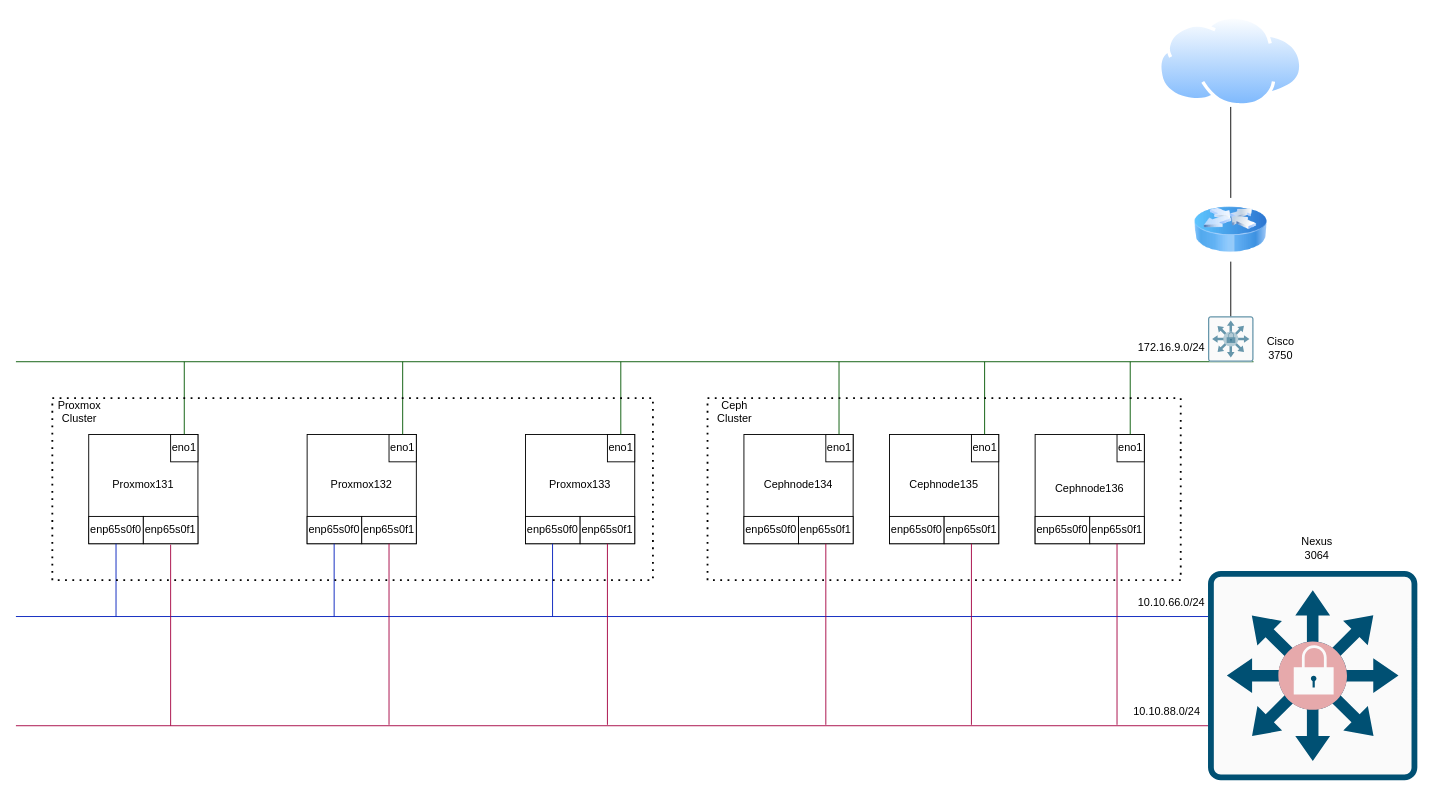
tudv1989/THUCTAPNHANHOA2025-HATANG keeps this draw.io diagram as Triển khai thực tế/5.Proxmox-Ceph-Nexus3064 -LAB lần 4/Proxmox-Ceph-Nexus3064.drawio. Above is the earlier version. Source tidied: cells renumbered, new cells numbered last; positions are measured from the earlier drawing's top-left corner, leaving out a move shared by most shapes. Both pictures are drawn from the tidied source at 91%, with x=0, y=0 at pixel (15, 15).
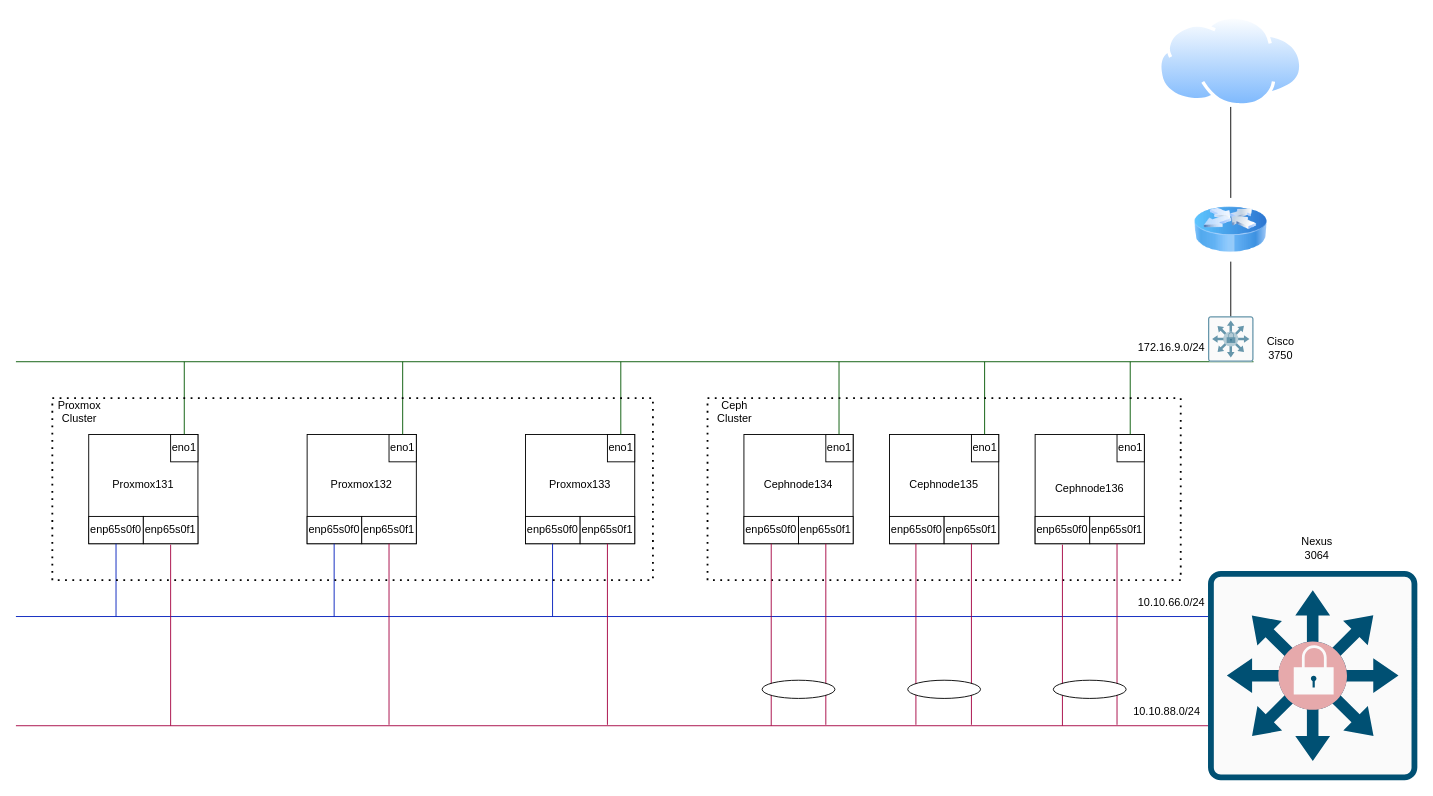
After the change.

Unchanged cells that the change refers to:
```xml
<mxCell id="32" value="enp65s0f0" style="rounded=0;whiteSpace=wrap;html=1;" parent="1" vertex="1">
  <mxGeometry x="800" y="550" width="60" height="30" as="geometry" />
</mxCell>
```

The edit, as a diff of the source:
```diff
@@
+    <mxCell id="65" style="endArrow=none;html=1;rounded=0;entryX=0.5;entryY=1;entryDx=0;entryDy=0;fillColor=#d80073;strokeColor=#A50040;" parent="1" edge="1" target="32">
+      <mxGeometry relative="1" as="geometry">
+        <mxPoint x="830" y="780" as="sourcePoint" />
+      </mxGeometry>
+    </mxCell>
+    <mxCell id="66" style="endArrow=none;html=1;rounded=0;fillColor=#d80073;strokeColor=#A50040;" parent="1" edge="1">
+      <mxGeometry relative="1" as="geometry">
+        <mxPoint x="989" y="580" as="sourcePoint" />
+        <mxPoint x="989" y="779" as="targetPoint" />
+      </mxGeometry>
+    </mxCell>
+    <mxCell id="67" style="endArrow=none;html=1;rounded=0;fillColor=#d80073;strokeColor=#A50040;" parent="1" edge="1">
+      <mxGeometry relative="1" as="geometry">
+        <mxPoint x="1150" y="581" as="sourcePoint" />
+        <mxPoint x="1150" y="780" as="targetPoint" />
+      </mxGeometry>
+    </mxCell>
+    <mxCell id="68" style="ellipse;whiteSpace=wrap;html=1;" parent="1" vertex="1">
+      <mxGeometry x="820" y="730" width="80" height="20" as="geometry" />
+    </mxCell>
+    <mxCell id="69" style="ellipse;whiteSpace=wrap;html=1;" parent="1" vertex="1">
+      <mxGeometry x="980" y="730" width="80" height="20" as="geometry" />
+    </mxCell>
+    <mxCell id="70" style="ellipse;whiteSpace=wrap;html=1;" parent="1" vertex="1">
+      <mxGeometry x="1140" y="730" width="80" height="20" as="geometry" />
+    </mxCell>
```
